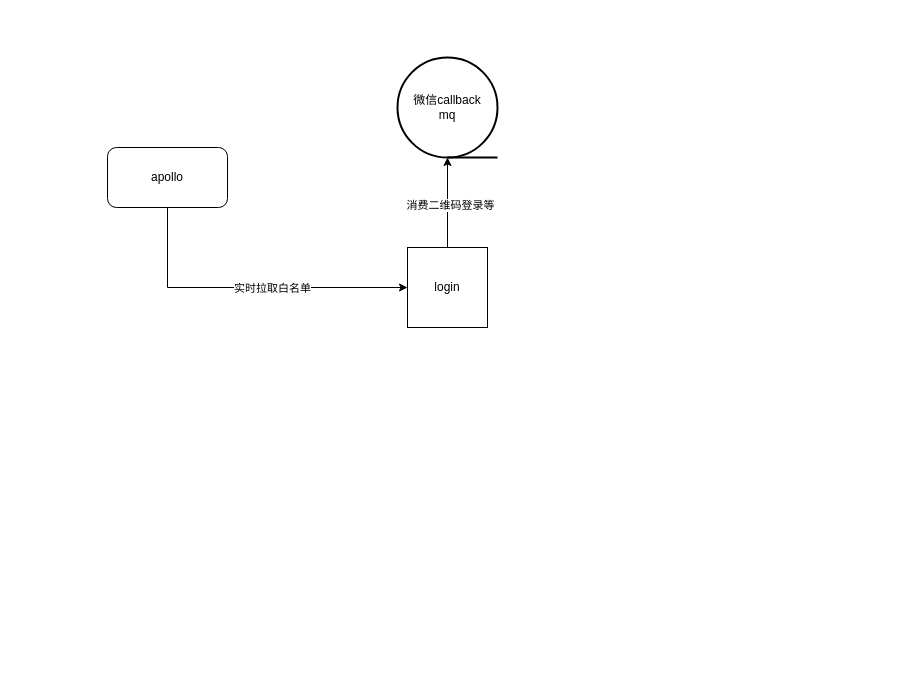
This is 登录总体.drawio from xiell2016/hetaoDesign, a draw.io file, before an edit. Source tidied: cells renumbered, new cells numbered last; positions are measured from the earlier drawing's top-left corner, leaving out a move shared by most shapes. Both pictures are drawn from the tidied source at 100%, with x=0, y=0 at pixel (107, 57).
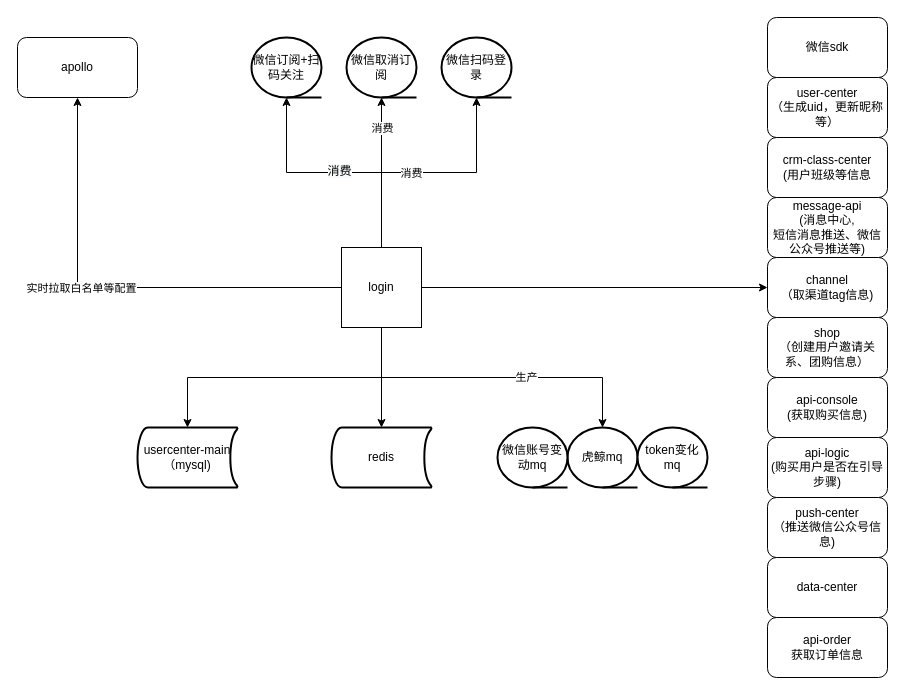
After the change.

Commit message (it also covers changes not shown here):
更新登录总体.drawio

What changed in the source:
```diff
@@
-    <mxCell id="2" style="edgeStyle=orthogonalEdgeStyle;rounded=0;jettySize=auto;html=1;exitX=0.5;exitY=0;exitDx=0;exitDy=0;entryX=0.5;entryY=1;entryDx=0;entryDy=0;entryPerimeter=0;" parent="1" edge="1" source="4" target="8">
+    <mxCell id="2" style="edgeStyle=orthogonalEdgeStyle;rounded=0;jettySize=auto;html=1;exitX=0.5;exitY=0;exitDx=0;exitDy=0;entryX=0.5;entryY=1;entryDx=0;entryDy=0;entryPerimeter=0;" parent="1" edge="1" source="4" target="32">
       <mxGeometry relative="1" as="geometry" />
     </mxCell>
-    <mxCell id="3" value="消费二维码登录等" style="edgeLabel;html=1;align=center;verticalAlign=middle;" parent="2" vertex="1">
+    <mxCell id="3" value="&lt;span style=&quot;font-size: 12px ; background-color: rgb(248 , 249 , 250)&quot;&gt;消费&lt;/span&gt;" style="edgeLabel;html=1;align=center;verticalAlign=middle;" parent="2" vertex="1">
       <mxGeometry x="-0.04" y="-2" relative="1" as="geometry" />
     </mxCell>
+    <mxCell id="9" style="edgeStyle=orthogonalEdgeStyle;rounded=0;jettySize=auto;html=1;exitX=0.5;exitY=1;exitDx=0;exitDy=0;entryX=0.5;entryY=0;entryDx=0;entryDy=0;entryPerimeter=0;" parent="1" edge="1" source="4" target="18">
+      <mxGeometry relative="1" as="geometry" />
+    </mxCell>
+    <mxCell id="10" style="edgeStyle=orthogonalEdgeStyle;rounded=0;jettySize=auto;html=1;exitX=0.5;exitY=1;exitDx=0;exitDy=0;" parent="1" edge="1" source="4" target="19">
+      <mxGeometry relative="1" as="geometry" />
+    </mxCell>
+    <mxCell id="11" style="edgeStyle=orthogonalEdgeStyle;rounded=0;jettySize=auto;html=1;exitX=0.5;exitY=0;exitDx=0;exitDy=0;entryX=0.5;entryY=1;entryDx=0;entryDy=0;entryPerimeter=0;" parent="1" edge="1" source="4" target="31">
+      <mxGeometry relative="1" as="geometry" />
+    </mxCell>
+    <mxCell id="12" value="消费" style="edgeLabel;html=1;align=center;verticalAlign=middle;" parent="11" vertex="1">
+      <mxGeometry x="0.6" relative="1" as="geometry" />
+    </mxCell>
+    <mxCell id="13" style="edgeStyle=orthogonalEdgeStyle;rounded=0;jettySize=auto;html=1;exitX=0.5;exitY=0;exitDx=0;exitDy=0;entryX=0.5;entryY=1;entryDx=0;entryDy=0;entryPerimeter=0;" parent="1" edge="1" source="4" target="34">
+      <mxGeometry relative="1" as="geometry" />
+    </mxCell>
+    <mxCell id="14" value="消费" style="edgeLabel;html=1;align=center;verticalAlign=middle;" parent="13" vertex="1">
+      <mxGeometry x="-0.15" relative="1" as="geometry" />
+    </mxCell>
+    <mxCell id="15" style="edgeStyle=orthogonalEdgeStyle;rounded=0;jettySize=auto;html=1;exitX=0.5;exitY=1;exitDx=0;exitDy=0;" parent="1" edge="1" source="4" target="20">
+      <mxGeometry relative="1" as="geometry" />
+    </mxCell>
+    <mxCell id="16" value="生产" style="edgeLabel;html=1;align=center;verticalAlign=middle;" parent="15" vertex="1">
+      <mxGeometry x="0.21" y="1" relative="1" as="geometry" />
+    </mxCell>
+    <mxCell id="17" style="edgeStyle=orthogonalEdgeStyle;rounded=0;jettySize=auto;html=1;exitX=1;exitY=0.5;exitDx=0;exitDy=0;" parent="1" edge="1" source="4" target="25">
+      <mxGeometry relative="1" as="geometry" />
+    </mxCell>
     <mxCell id="4" value="login" style="whiteSpace=wrap;html=1;" parent="1" vertex="1">
-      <mxGeometry x="300" y="190" width="80" height="80" as="geometry" />
+      <mxGeometry x="234" y="190" width="80" height="80" as="geometry" />
     </mxCell>
-    <mxCell id="5" style="edgeStyle=orthogonalEdgeStyle;rounded=0;jettySize=auto;html=1;exitX=0.5;exitY=1;exitDx=0;exitDy=0;entryX=0;entryY=0.5;entryDx=0;entryDy=0;" parent="1" edge="1" source="7" target="4">
+    <mxCell id="5" style="edgeStyle=orthogonalEdgeStyle;rounded=0;jettySize=auto;html=1;exitX=0;exitY=0.5;exitDx=0;exitDy=0;entryX=0.5;entryY=1;entryDx=0;entryDy=0;" parent="1" edge="1" source="4" target="7">
       <mxGeometry relative="1" as="geometry" />
     </mxCell>
-    <mxCell id="6" value="实时拉取白名单" style="edgeLabel;html=1;align=center;verticalAlign=middle;" parent="5" vertex="1">
+    <mxCell id="6" value="实时拉取白名单等配置" style="edgeLabel;html=1;align=center;verticalAlign=middle;" parent="5" vertex="1">
       <mxGeometry x="0.15" relative="1" as="geometry" />
     </mxCell>
     <mxCell id="7" value="apollo" style="rounded=1;whiteSpace=wrap;html=1;" parent="1" vertex="1">
-      <mxGeometry y="90" width="120" height="60" as="geometry" />
+      <mxGeometry x="-90" y="-20" width="120" height="60" as="geometry" />
     </mxCell>
-    <mxCell id="8" value="微信callback&lt;br&gt;mq" style="strokeWidth=2;html=1;shape=mxgraph.flowchart.sequential_data;whiteSpace=wrap;" parent="1" vertex="1">
-      <mxGeometry x="290" width="100" height="100" as="geometry" />
-    </mxCell>
+    <mxCell id="18" value="usercenter-main&lt;br&gt;（mysql)" style="strokeWidth=2;html=1;shape=mxgraph.flowchart.stored_data;whiteSpace=wrap;" parent="1" vertex="1">
+      <mxGeometry x="30" y="370" width="100" height="60" as="geometry" />
+    </mxCell>
+    <mxCell id="19" value="redis" style="strokeWidth=2;html=1;shape=mxgraph.flowchart.stored_data;whiteSpace=wrap;" parent="1" vertex="1">
+      <mxGeometry x="224" y="370" width="100" height="60" as="geometry" />
+    </mxCell>
+    <mxCell id="20" value="虎鲸mq" style="strokeWidth=2;html=1;shape=mxgraph.flowchart.sequential_data;whiteSpace=wrap;" parent="1" vertex="1">
+      <mxGeometry x="460" y="370" width="70" height="60" as="geometry" />
+    </mxCell>
+    <mxCell id="21" value="shop&lt;br&gt;（创建用户邀请关系、团购信息）" style="rounded=1;whiteSpace=wrap;html=1;" parent="1" vertex="1">
+      <mxGeometry x="660" y="260" width="120" height="60" as="geometry" />
+    </mxCell>
+    <mxCell id="22" value="user-center&lt;br&gt;（生成uid，更新昵称等）" style="rounded=1;whiteSpace=wrap;html=1;" parent="1" vertex="1">
+      <mxGeometry x="660" y="20" width="120" height="60" as="geometry" />
+    </mxCell>
+    <mxCell id="23" value="api-logic&lt;br&gt;(购买用户是否在引导步骤)" style="rounded=1;whiteSpace=wrap;html=1;" parent="1" vertex="1">
+      <mxGeometry x="660" y="380" width="120" height="60" as="geometry" />
+    </mxCell>
+    <mxCell id="24" value="api-console&lt;br&gt;(获取购买信息)" style="rounded=1;whiteSpace=wrap;html=1;" parent="1" vertex="1">
+      <mxGeometry x="660" y="320" width="120" height="60" as="geometry" />
+    </mxCell>
+    <mxCell id="25" value="channel&lt;br&gt;（取渠道tag信息)" style="rounded=1;whiteSpace=wrap;html=1;" parent="1" vertex="1">
+      <mxGeometry x="660" y="200" width="120" height="60" as="geometry" />
+    </mxCell>
+    <mxCell id="26" value="push-center&lt;br&gt;（推送微信公众号信息)" style="rounded=1;whiteSpace=wrap;html=1;" parent="1" vertex="1">
+      <mxGeometry x="660" y="440" width="120" height="60" as="geometry" />
+    </mxCell>
+    <mxCell id="27" value="api-order&lt;br&gt;获取订单信息" style="rounded=1;whiteSpace=wrap;html=1;" parent="1" vertex="1">
+      <mxGeometry x="660" y="560" width="120" height="60" as="geometry" />
+    </mxCell>
+    <mxCell id="28" value="crm-class-center&lt;br&gt;(用户班级等信息" style="rounded=1;whiteSpace=wrap;html=1;" parent="1" vertex="1">
+      <mxGeometry x="660" y="80" width="120" height="60" as="geometry" />
+    </mxCell>
+    <mxCell id="29" value="message-api&lt;br&gt;(消息中心,&lt;br&gt;短信消息推送、微信公众号推送等)" style="rounded=1;whiteSpace=wrap;html=1;" parent="1" vertex="1">
+      <mxGeometry x="660" y="140" width="120" height="60" as="geometry" />
+    </mxCell>
+    <mxCell id="30" value="微信sdk" style="rounded=1;whiteSpace=wrap;html=1;" parent="1" vertex="1">
+      <mxGeometry x="660" y="-40" width="120" height="60" as="geometry" />
+    </mxCell>
+    <mxCell id="31" value="微信取消订阅" style="strokeWidth=2;html=1;shape=mxgraph.flowchart.sequential_data;whiteSpace=wrap;" parent="1" vertex="1">
+      <mxGeometry x="239" y="-20" width="70" height="60" as="geometry" />
+    </mxCell>
+    <mxCell id="32" value="&lt;span&gt;微信订阅+扫码关注&lt;/span&gt;" style="strokeWidth=2;html=1;shape=mxgraph.flowchart.sequential_data;whiteSpace=wrap;" parent="1" vertex="1">
+      <mxGeometry x="144" y="-20" width="70" height="60" as="geometry" />
+    </mxCell>
+    <mxCell id="33" value="微信账号变动mq" style="strokeWidth=2;html=1;shape=mxgraph.flowchart.sequential_data;whiteSpace=wrap;" parent="1" vertex="1">
+      <mxGeometry x="390" y="370" width="70" height="60" as="geometry" />
+    </mxCell>
+    <mxCell id="34" value="微信扫码登录" style="strokeWidth=2;html=1;shape=mxgraph.flowchart.sequential_data;whiteSpace=wrap;" parent="1" vertex="1">
+      <mxGeometry x="334" y="-20" width="70" height="60" as="geometry" />
+    </mxCell>
+    <mxCell id="35" value="data-center" style="rounded=1;whiteSpace=wrap;html=1;" parent="1" vertex="1">
+      <mxGeometry x="660" y="500" width="120" height="60" as="geometry" />
+    </mxCell>
+    <mxCell id="36" value="token变化mq" style="strokeWidth=2;html=1;shape=mxgraph.flowchart.sequential_data;whiteSpace=wrap;" parent="1" vertex="1">
+      <mxGeometry x="530" y="370" width="70" height="60" as="geometry" />
+    </mxCell>
```
